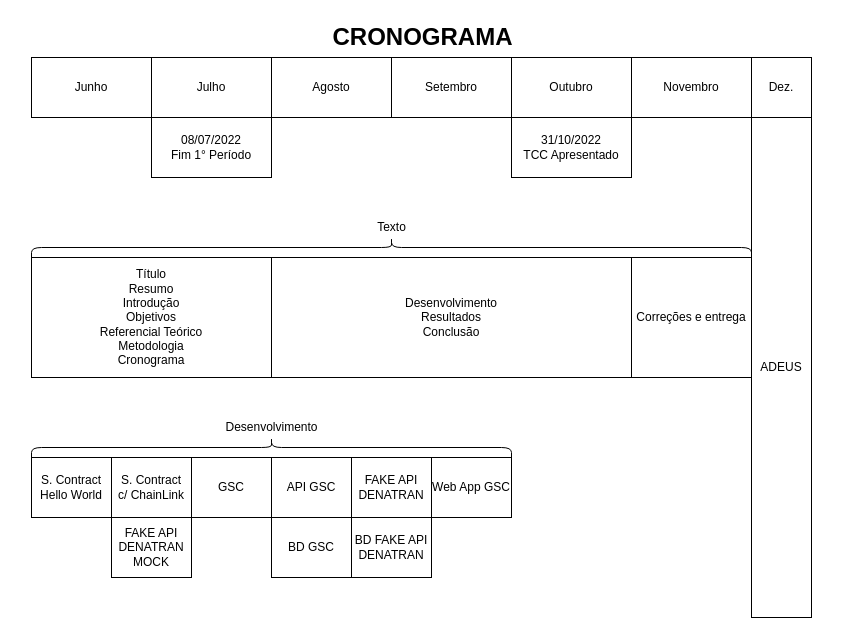
This is page "Schedule" (2 of 3) of docs/drafts.drawio from garymsilva/tcc, a draw.io file, before an edit. Source tidied: cells renumbered, new cells numbered last; positions are measured from the earlier drawing's top-left corner, leaving out a move shared by most shapes. Both pictures are drawn from the tidied source at 100%, with x=0, y=0 at pixel (17, -113).
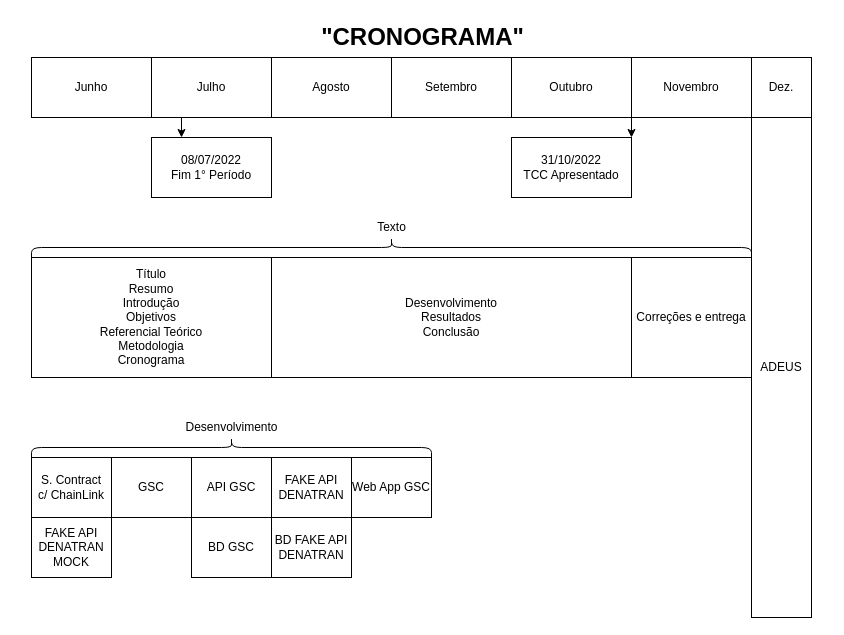
The same page after the edit.

Unchanged cells that the change refers to:
```xml
<mxCell id="6" value="Julho" style="rounded=0;whiteSpace=wrap;html=1;" parent="1" vertex="1">
  <mxGeometry x="134" y="170" width="120" height="60" as="geometry" />
</mxCell>
<mxCell id="8" value="Outubro" style="rounded=0;whiteSpace=wrap;html=1;" parent="1" vertex="1">
  <mxGeometry x="494" y="170" width="120" height="60" as="geometry" />
</mxCell>
```

The edit, as a diff of the source:
```diff
@@
     <mxCell id="2" value="08/07/2022&lt;br&gt;Fim 1° Período" style="rounded=0;whiteSpace=wrap;html=1;" parent="1" vertex="1">
-      <mxGeometry x="134" y="230" width="120" height="60" as="geometry" />
+      <mxGeometry x="134" y="250" width="120" height="60" as="geometry" />
     </mxCell>
     <mxCell id="3" value="31/10/2022&lt;br&gt;TCC Apresentado" style="rounded=0;whiteSpace=wrap;html=1;" parent="1" vertex="1">
-      <mxGeometry x="494" y="230" width="120" height="60" as="geometry" />
+      <mxGeometry x="494" y="250" width="120" height="60" as="geometry" />
     </mxCell>
@@
+    <mxCell id="29" style="edgeStyle=none;html=1;exitX=0.25;exitY=1;exitDx=0;exitDy=0;entryX=0.25;entryY=0;entryDx=0;entryDy=0;" parent="1" edge="1" source="6" target="2">
+      <mxGeometry relative="1" as="geometry" />
+    </mxCell>
@@
     <mxCell id="14" style="shape=curlyBracket;whiteSpace=wrap;html=1;rounded=1;size=0.5;rotation=90;" parent="1" vertex="1">
-      <mxGeometry x="244" y="320" width="20" height="480" as="geometry" />
+      <mxGeometry x="204" y="360" width="20" height="400" as="geometry" />
     </mxCell>
     <mxCell id="15" value="Desenvolvimento" style="text;html=1;align=center;verticalAlign=middle;strokeColor=none;fillColor=none;" parent="1" vertex="1">
-      <mxGeometry x="199" y="530" width="110" height="20" as="geometry" />
+      <mxGeometry x="159" y="530" width="110" height="20" as="geometry" />
     </mxCell>
@@
-    <mxCell id="19" value="CRONOGRAMA" style="text;strokeColor=none;fillColor=none;html=1;fontSize=24;fontStyle=1;verticalAlign=middle;align=center;" parent="1" vertex="1">
+    <mxCell id="19" value="&quot;CRONOGRAMA&quot;" style="text;strokeColor=none;fillColor=none;html=1;fontSize=24;fontStyle=1;verticalAlign=middle;align=center;" parent="1" vertex="1">
       <mxGeometry y="130" width="810" height="40" as="geometry" />
     </mxCell>
-    <mxCell id="20" value="S. Contract&lt;br&gt;Hello World" style="rounded=0;whiteSpace=wrap;html=1;fontFamily=Helvetica;" parent="1" vertex="1">
-      <mxGeometry x="14" y="570" width="80" height="60" as="geometry" />
-    </mxCell>
     <mxCell id="21" value="S. Contract&lt;br&gt;c/ ChainLink" style="rounded=0;whiteSpace=wrap;html=1;fontFamily=Helvetica;" parent="1" vertex="1">
-      <mxGeometry x="94" y="570" width="80" height="60" as="geometry" />
+      <mxGeometry x="14" y="570" width="80" height="60" as="geometry" />
     </mxCell>
     <mxCell id="22" value="GSC" style="rounded=0;whiteSpace=wrap;html=1;fontFamily=Helvetica;" parent="1" vertex="1">
-      <mxGeometry x="174" y="570" width="80" height="60" as="geometry" />
+      <mxGeometry x="94" y="570" width="80" height="60" as="geometry" />
     </mxCell>
     <mxCell id="23" value="FAKE API DENATRAN&lt;br&gt;MOCK" style="rounded=0;whiteSpace=wrap;html=1;fontFamily=Helvetica;" parent="1" vertex="1">
-      <mxGeometry x="94" y="630" width="80" height="60" as="geometry" />
+      <mxGeometry x="14" y="630" width="80" height="60" as="geometry" />
     </mxCell>
     <mxCell id="24" value="API GSC" style="rounded=0;whiteSpace=wrap;html=1;fontFamily=Helvetica;" parent="1" vertex="1">
-      <mxGeometry x="254" y="570" width="80" height="60" as="geometry" />
+      <mxGeometry x="174" y="570" width="80" height="60" as="geometry" />
     </mxCell>
     <mxCell id="25" value="BD GSC" style="rounded=0;whiteSpace=wrap;html=1;fontFamily=Helvetica;" parent="1" vertex="1">
-      <mxGeometry x="254" y="630" width="80" height="60" as="geometry" />
+      <mxGeometry x="174" y="630" width="80" height="60" as="geometry" />
     </mxCell>
     <mxCell id="26" value="FAKE API DENATRAN" style="rounded=0;whiteSpace=wrap;html=1;fontFamily=Helvetica;" parent="1" vertex="1">
-      <mxGeometry x="334" y="570" width="80" height="60" as="geometry" />
+      <mxGeometry x="254" y="570" width="80" height="60" as="geometry" />
     </mxCell>
     <mxCell id="27" value="BD FAKE API DENATRAN" style="rounded=0;whiteSpace=wrap;html=1;fontFamily=Helvetica;" parent="1" vertex="1">
-      <mxGeometry x="334" y="630" width="80" height="60" as="geometry" />
+      <mxGeometry x="254" y="630" width="80" height="60" as="geometry" />
     </mxCell>
     <mxCell id="28" value="Web App GSC" style="rounded=0;whiteSpace=wrap;html=1;fontFamily=Helvetica;" parent="1" vertex="1">
-      <mxGeometry x="414" y="570" width="80" height="60" as="geometry" />
+      <mxGeometry x="334" y="570" width="80" height="60" as="geometry" />
     </mxCell>
+    <mxCell id="30" style="endArrow=classic;html=1;exitX=1;exitY=1;exitDx=0;exitDy=0;entryX=1;entryY=0;entryDx=0;entryDy=0;" parent="1" edge="1" source="8" target="3">
+      <mxGeometry relative="1" as="geometry" />
+    </mxCell>
```
